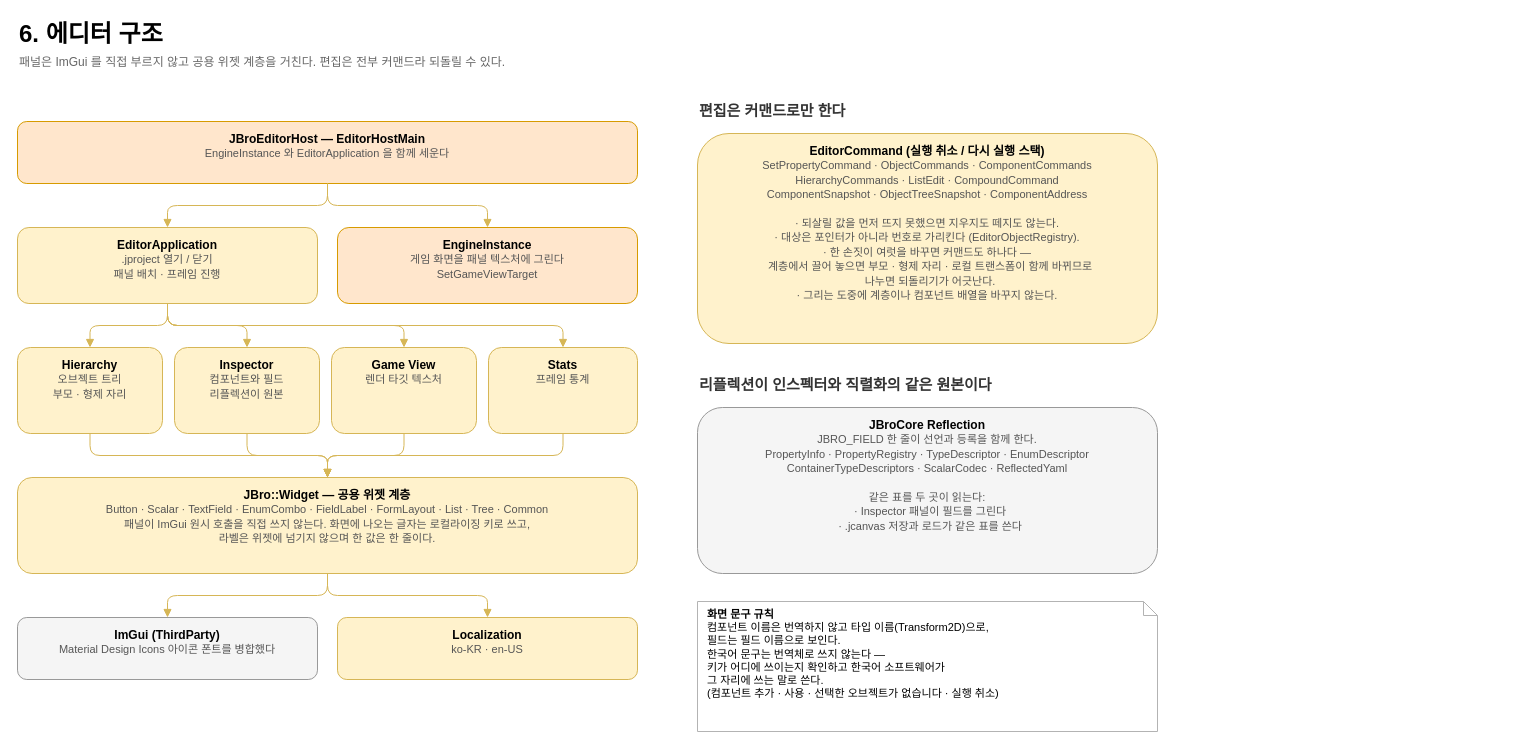
taku7664/JBroEngine keeps this draw.io diagram as page "6. 에디터 구조" (6 of 6) of docs/JBroEngine.drawio.xml. Above is the earlier version. Source tidied: cells renumbered, new cells numbered last; positions are measured from the earlier drawing's top-left corner, leaving out a move shared by most shapes. Both pictures are drawn from the tidied source at 100%, with x=0, y=0 at pixel (17, 17).
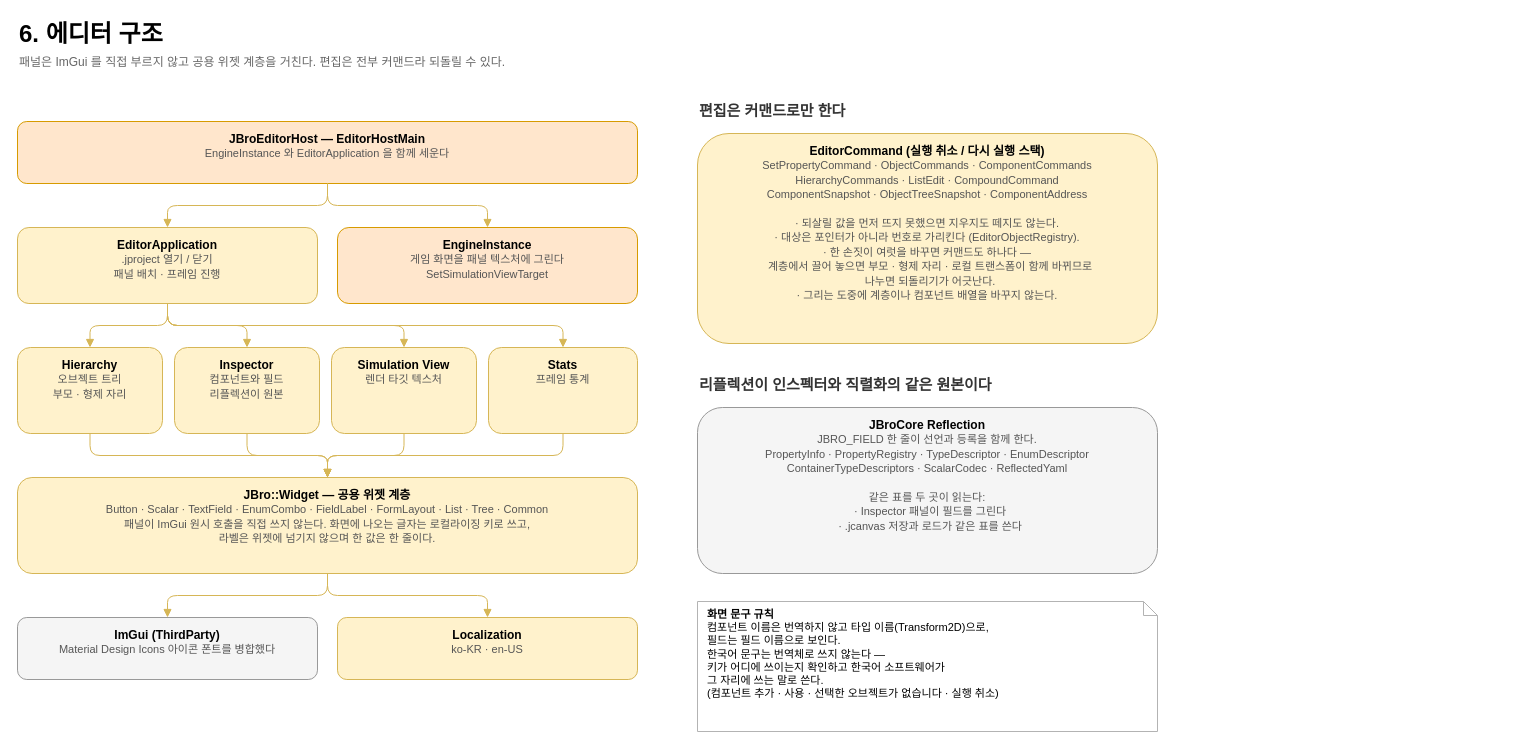
The same diagram, later.

Diff of the diagram source:
```diff
@@
-    <mxCell id="6" value="&lt;b&gt;EngineInstance&lt;/b&gt;&lt;br&gt;&lt;font color=&quot;#555555&quot; style=&quot;font-size:11px&quot;&gt;게임 화면을 패널 텍스처에 그린다&lt;br&gt;SetGameViewTarget&lt;/font&gt;" style="rounded=1;whiteSpace=wrap;html=1;fontSize=12;verticalAlign=top;spacingTop=4;fillColor=#ffe6cc;strokeColor=#d79b00;" parent="1" vertex="1">
+    <mxCell id="6" value="&lt;b&gt;EngineInstance&lt;/b&gt;&lt;br&gt;&lt;font color=&quot;#555555&quot; style=&quot;font-size:11px&quot;&gt;게임 화면을 패널 텍스처에 그린다&lt;br&gt;SetSimulationViewTarget&lt;/font&gt;" style="rounded=1;whiteSpace=wrap;html=1;fontSize=12;verticalAlign=top;spacingTop=4;fillColor=#ffe6cc;strokeColor=#d79b00;" parent="1" vertex="1">
       <mxGeometry x="320" y="210" width="300" height="76" as="geometry" />
     </mxCell>
@@
-    <mxCell id="9" value="&lt;b&gt;Game View&lt;/b&gt;&lt;br&gt;&lt;font color=&quot;#555555&quot; style=&quot;font-size:11px&quot;&gt;렌더 타깃 텍스처&lt;/font&gt;" style="rounded=1;whiteSpace=wrap;html=1;fontSize=12;verticalAlign=top;spacingTop=4;fillColor=#fff2cc;strokeColor=#d6b656;" parent="1" vertex="1">
+    <mxCell id="9" value="&lt;b&gt;Simulation View&lt;/b&gt;&lt;br&gt;&lt;font color=&quot;#555555&quot; style=&quot;font-size:11px&quot;&gt;렌더 타깃 텍스처&lt;/font&gt;" style="rounded=1;whiteSpace=wrap;html=1;fontSize=12;verticalAlign=top;spacingTop=4;fillColor=#fff2cc;strokeColor=#d6b656;" parent="1" vertex="1">
       <mxGeometry x="314" y="330" width="145" height="86" as="geometry" />
     </mxCell>
```
